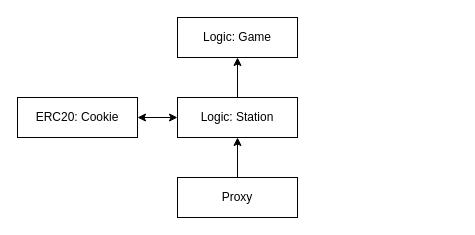
This is Upside_Cookie_Lend.drawio from ooMia/Upside_Cookie_Land, a draw.io file, before an edit. Source tidied: cells renumbered, new cells numbered last; positions are measured from the earlier drawing's top-left corner, leaving out a move shared by most shapes. Both pictures are drawn from the tidied source at 100%, with x=0, y=0 at pixel (17, 17).
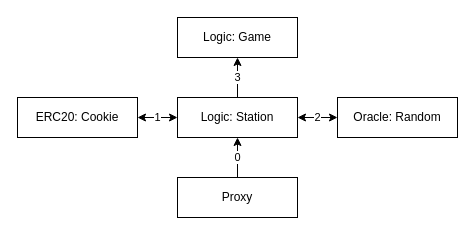
After the change.

Commit message:
update contract interaction

Diff of the diagram source:
```diff
@@
 <mxGraphModel>
   <root>
     <mxCell id="0" />
     <mxCell id="1" parent="0" />
     <mxCell id="2" value="ERC20: Cookie" style="rounded=0;whiteSpace=wrap;html=1;" parent="1" vertex="1">
       <mxGeometry y="80" width="120" height="40" as="geometry" />
     </mxCell>
     <mxCell id="3" value="Logic: Game" style="rounded=0;whiteSpace=wrap;html=1;" parent="1" vertex="1">
       <mxGeometry x="160" width="120" height="40" as="geometry" />
     </mxCell>
-    <mxCell id="4" style="edgeStyle=orthogonalEdgeStyle;rounded=0;jettySize=auto;html=1;" parent="1" edge="1" source="5" target="8">
+    <mxCell id="4" value="0" style="edgeStyle=orthogonalEdgeStyle;rounded=0;jettySize=auto;html=1;" parent="1" edge="1" source="5" target="8">
       <mxGeometry relative="1" as="geometry" />
     </mxCell>
     <mxCell id="5" value="Proxy" style="rounded=0;whiteSpace=wrap;html=1;" parent="1" vertex="1">
       <mxGeometry x="160" y="160" width="120" height="40" as="geometry" />
     </mxCell>
-    <mxCell id="6" style="edgeStyle=orthogonalEdgeStyle;rounded=0;jettySize=auto;html=1;entryX=0.5;entryY=1;entryDx=0;entryDy=0;" parent="1" edge="1" source="8" target="3">
+    <mxCell id="6" value="3" style="edgeStyle=orthogonalEdgeStyle;rounded=0;jettySize=auto;html=1;entryX=0.5;entryY=1;entryDx=0;entryDy=0;" parent="1" edge="1" source="8" target="3">
       <mxGeometry relative="1" as="geometry" />
     </mxCell>
-    <mxCell id="7" style="edgeStyle=orthogonalEdgeStyle;rounded=0;jettySize=auto;html=1;entryX=1;entryY=0.5;entryDx=0;entryDy=0;strokeColor=default;startArrow=classic;startFill=1;" parent="1" edge="1" source="8" target="2">
+    <mxCell id="7" value="1" style="edgeStyle=orthogonalEdgeStyle;rounded=0;jettySize=auto;html=1;entryX=1;entryY=0.5;entryDx=0;entryDy=0;strokeColor=default;startArrow=classic;startFill=1;" parent="1" edge="1" source="8" target="2">
       <mxGeometry relative="1" as="geometry" />
     </mxCell>
+    <mxCell id="9" value="2" style="edgeStyle=orthogonalEdgeStyle;rounded=0;jettySize=auto;html=1;exitX=1;exitY=0.5;exitDx=0;exitDy=0;entryX=0;entryY=0.5;entryDx=0;entryDy=0;startArrow=classic;startFill=1;" parent="1" edge="1" source="8" target="10">
+      <mxGeometry relative="1" as="geometry" />
+    </mxCell>
     <mxCell id="8" value="Logic: Station" style="rounded=0;whiteSpace=wrap;html=1;" parent="1" vertex="1">
       <mxGeometry x="160" y="80" width="120" height="40" as="geometry" />
     </mxCell>
+    <mxCell id="10" value="Oracle: Random" style="rounded=0;whiteSpace=wrap;html=1;" parent="1" vertex="1">
+      <mxGeometry x="320" y="80" width="120" height="40" as="geometry" />
+    </mxCell>
   </root>
 </mxGraphModel>
```
